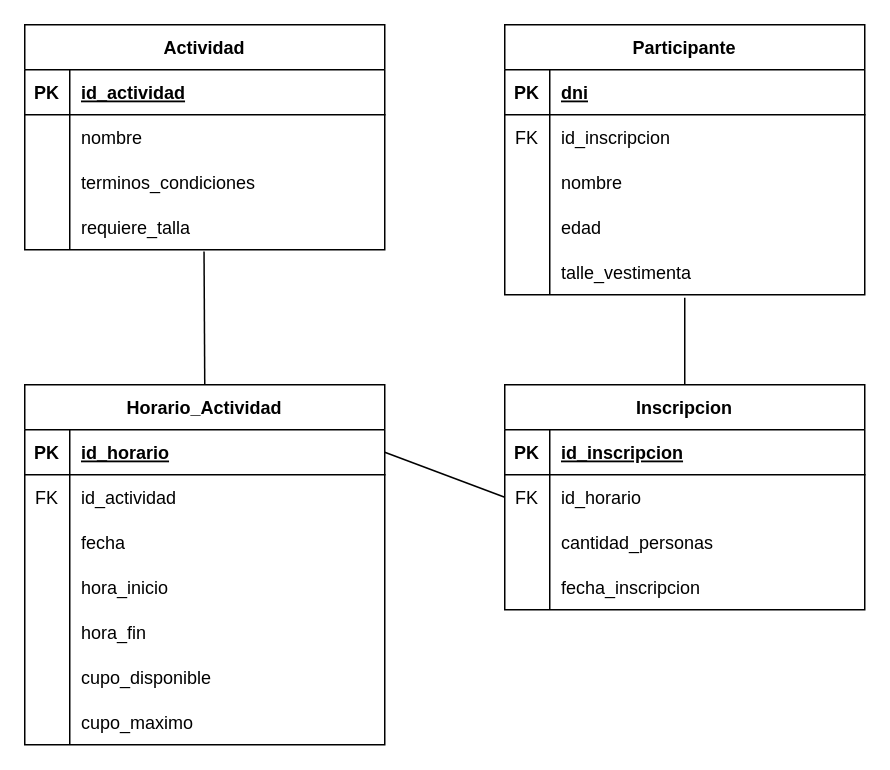
Above: diseno/DIAG_DER.drawio in matuser/isw-grupo3 (draw.io), before the change. Source tidied: cells renumbered, new cells numbered last; positions are measured from the earlier drawing's top-left corner, leaving out a move shared by most shapes. Both pictures are drawn from the tidied source at 150%, with x=0, y=0 at pixel (24, 24).
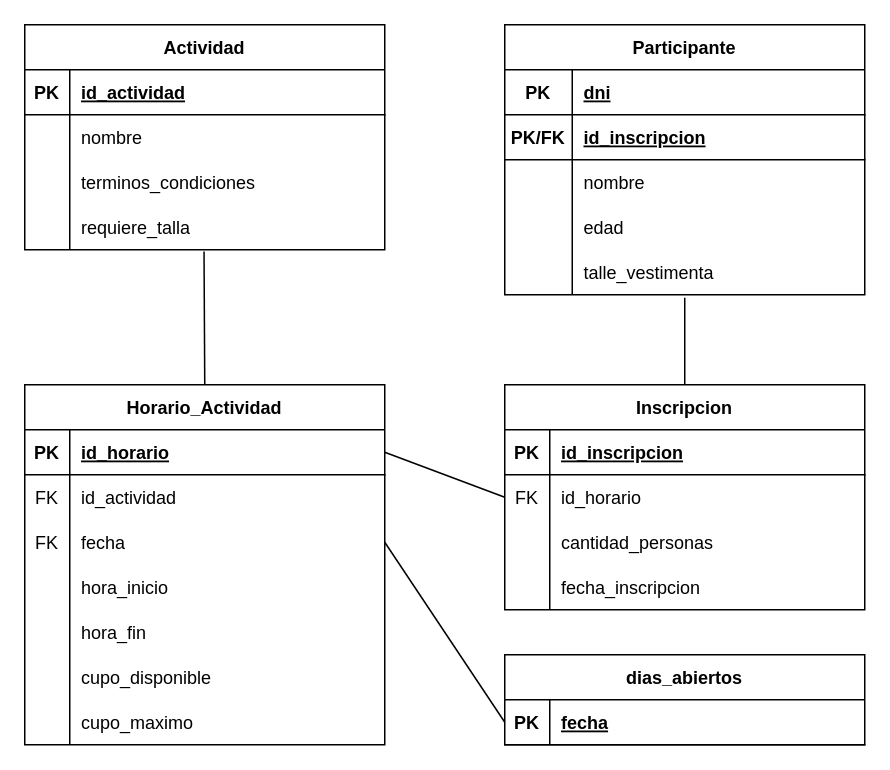
The same diagram, later.

Commit message:
DER modificado

The change refers to these unchanged cells:
```xml
<mxCell id="22" style="shape=partialRectangle;fillColor=none;points=[[0,0.5],[1,0.5]];portConstraint=eastwest;top=0;left=0;right=0;bottom=0;" parent="15" vertex="1">
  <mxGeometry y="90" width="240" height="30" as="geometry" />
</mxCell>
<mxCell id="52" value="Participante" style="shape=table;startSize=30;childLayout=tableLayout;rowLines=0;fontStyle=1;align=center;" parent="1" vertex="1">
  <mxGeometry x="320" width="240" height="180" as="geometry" />
</mxCell>
<mxCell id="53" style="shape=partialRectangle;fillColor=none;top=0;left=0;right=0;bottom=1;" parent="52" vertex="1">
  <mxGeometry y="30" width="240" height="30" as="geometry" />
</mxCell>
<mxCell id="59" style="shape=partialRectangle;fillColor=none;top=0;left=0;right=0;bottom=0;" parent="52" vertex="1">
  <mxGeometry y="90" width="240" height="30" as="geometry" />
</mxCell>
<mxCell id="62" style="shape=partialRectangle;fillColor=none;top=0;left=0;right=0;bottom=0;" parent="52" vertex="1">
  <mxGeometry y="120" width="240" height="30" as="geometry" />
</mxCell>
<mxCell id="65" style="shape=partialRectangle;fillColor=none;top=0;left=0;right=0;bottom=0;" parent="52" vertex="1">
  <mxGeometry y="150" width="240" height="30" as="geometry" />
</mxCell>
```

The edit, as a diff of the source:
```diff
@@
-    <mxCell id="23" style="shape=partialRectangle;overflow=hidden;fillColor=none;top=0;left=0;bottom=0;right=0;" parent="22" vertex="1">
+    <mxCell id="23" value="FK" style="shape=partialRectangle;overflow=hidden;fillColor=none;top=0;left=0;bottom=0;right=0;" parent="22" vertex="1">
       <mxGeometry width="30" height="30" as="geometry" />
     </mxCell>
@@
     <mxCell id="54" value="PK" style="shape=partialRectangle;overflow=hidden;fillColor=none;top=0;left=0;bottom=0;right=0;fontStyle=1;" parent="53" vertex="1">
-      <mxGeometry width="30" height="30" as="geometry" />
+      <mxGeometry width="45" height="30" as="geometry" />
     </mxCell>
     <mxCell id="55" value="dni" style="shape=partialRectangle;overflow=hidden;fillColor=none;top=0;left=0;bottom=0;right=0;align=left;spacingLeft=6;fontStyle=5;" parent="53" vertex="1">
-      <mxGeometry x="30" width="210" height="30" as="geometry" />
+      <mxGeometry x="45" width="195" height="30" as="geometry" />
     </mxCell>
-    <mxCell id="56" style="shape=partialRectangle;fillColor=none;top=0;left=0;right=0;bottom=0;" parent="52" vertex="1">
-      <mxGeometry y="60" width="240" height="30" as="geometry" />
-    </mxCell>
-    <mxCell id="57" value="FK" style="shape=partialRectangle;overflow=hidden;fillColor=none;top=0;left=0;bottom=0;right=0;" parent="56" vertex="1">
-      <mxGeometry width="30" height="30" as="geometry" />
-    </mxCell>
+    <mxCell id="69" style="shape=partialRectangle;fillColor=none;top=0;left=0;right=0;bottom=1;" parent="52" vertex="1">
+      <mxGeometry y="60" width="240" height="30" as="geometry" />
+    </mxCell>
+    <mxCell id="70" value="PK/FK" style="shape=partialRectangle;overflow=hidden;fillColor=none;top=0;left=0;bottom=0;right=0;fontStyle=1;" parent="69" vertex="1">
+      <mxGeometry width="45" height="30" as="geometry" />
+    </mxCell>
-    <mxCell id="58" value="id_inscripcion" style="shape=partialRectangle;overflow=hidden;fillColor=none;top=0;left=0;bottom=0;right=0;align=left;spacingLeft=6;" parent="56" vertex="1">
-      <mxGeometry x="30" width="210" height="30" as="geometry" />
+    <mxCell id="58" value="id_inscripcion" style="shape=partialRectangle;overflow=hidden;fillColor=none;top=0;left=0;bottom=0;right=0;align=left;spacingLeft=6;fontStyle=5;" parent="69" vertex="1">
+      <mxGeometry x="45" width="195" height="30" as="geometry" />
     </mxCell>
@@
     <mxCell id="60" style="shape=partialRectangle;overflow=hidden;fillColor=none;top=0;left=0;bottom=0;right=0;" parent="59" vertex="1">
-      <mxGeometry width="30" height="30" as="geometry" />
+      <mxGeometry width="45" height="30" as="geometry" />
     </mxCell>
     <mxCell id="61" value="nombre" style="shape=partialRectangle;overflow=hidden;fillColor=none;top=0;left=0;bottom=0;right=0;align=left;spacingLeft=6;" parent="59" vertex="1">
-      <mxGeometry x="30" width="210" height="30" as="geometry" />
+      <mxGeometry x="45" width="195" height="30" as="geometry" />
     </mxCell>
@@
     <mxCell id="63" style="shape=partialRectangle;overflow=hidden;fillColor=none;top=0;left=0;bottom=0;right=0;" parent="62" vertex="1">
-      <mxGeometry width="30" height="30" as="geometry" />
+      <mxGeometry width="45" height="30" as="geometry" />
     </mxCell>
     <mxCell id="64" value="edad" style="shape=partialRectangle;overflow=hidden;fillColor=none;top=0;left=0;bottom=0;right=0;align=left;spacingLeft=6;" parent="62" vertex="1">
-      <mxGeometry x="30" width="210" height="30" as="geometry" />
+      <mxGeometry x="45" width="195" height="30" as="geometry" />
     </mxCell>
@@
     <mxCell id="66" style="shape=partialRectangle;overflow=hidden;fillColor=none;top=0;left=0;bottom=0;right=0;" parent="65" vertex="1">
-      <mxGeometry width="30" height="30" as="geometry" />
+      <mxGeometry width="45" height="30" as="geometry" />
     </mxCell>
     <mxCell id="67" value="talle_vestimenta" style="shape=partialRectangle;overflow=hidden;fillColor=none;top=0;left=0;bottom=0;right=0;align=left;spacingLeft=6;" parent="65" vertex="1">
-      <mxGeometry x="30" width="210" height="30" as="geometry" />
+      <mxGeometry x="45" width="195" height="30" as="geometry" />
     </mxCell>
@@
+    <mxCell id="71" value="dias_abiertos" style="shape=table;startSize=30;childLayout=tableLayout;rowLines=0;fontStyle=1;align=center;" parent="1" vertex="1">
+      <mxGeometry x="320" y="420" width="240" height="60" as="geometry" />
+    </mxCell>
+    <mxCell id="72" style="shape=partialRectangle;fillColor=none;points=[[0,0.5],[1,0.5]];portConstraint=eastwest;top=0;left=0;right=0;bottom=1;" parent="71" vertex="1">
+      <mxGeometry y="30" width="240" height="30" as="geometry" />
+    </mxCell>
+    <mxCell id="73" value="PK" style="shape=partialRectangle;overflow=hidden;fillColor=none;top=0;left=0;bottom=0;right=0;fontStyle=1;" parent="72" vertex="1">
+      <mxGeometry width="30" height="30" as="geometry" />
+    </mxCell>
+    <mxCell id="74" value="fecha" style="shape=partialRectangle;overflow=hidden;fillColor=none;top=0;left=0;bottom=0;right=0;align=left;spacingLeft=6;fontStyle=5;" parent="72" vertex="1">
+      <mxGeometry x="30" width="210" height="30" as="geometry" />
+    </mxCell>
+    <mxCell id="75" style="endArrow=none;html=1;rounded=0;fontSize=12;startSize=8;endSize=8;curved=1;exitX=1;exitY=0.5;exitDx=0;exitDy=0;entryX=0;entryY=0.5;entryDx=0;entryDy=0;" parent="1" edge="1" source="22" target="72">
+      <mxGeometry relative="1" as="geometry" />
+    </mxCell>
```
